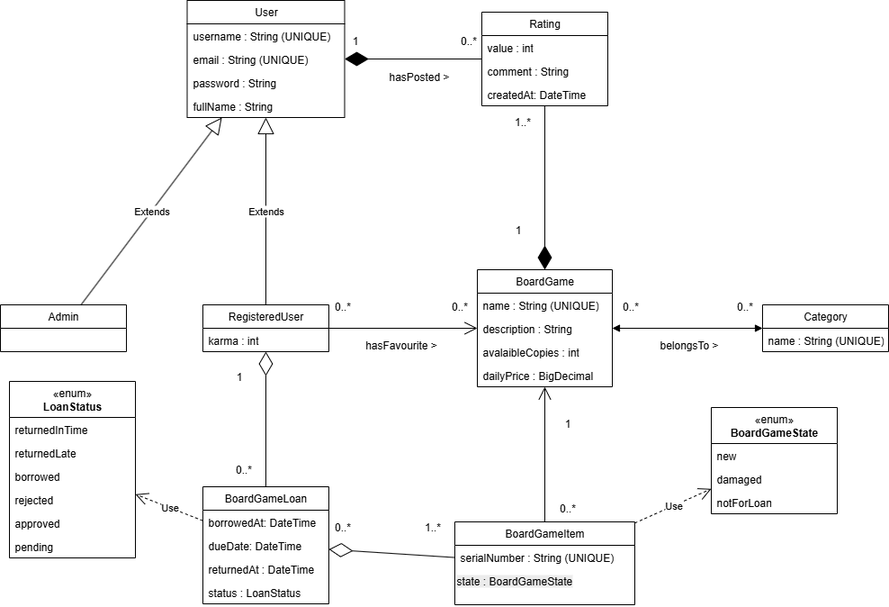
Above: classDiagram.png in alfacentaur1/api-board-game-rental (draw.io), before the change. Source tidied: cells renumbered, new cells last; positions are measured from the earlier drawing's top-left corner, leaving out a move shared by most shapes.
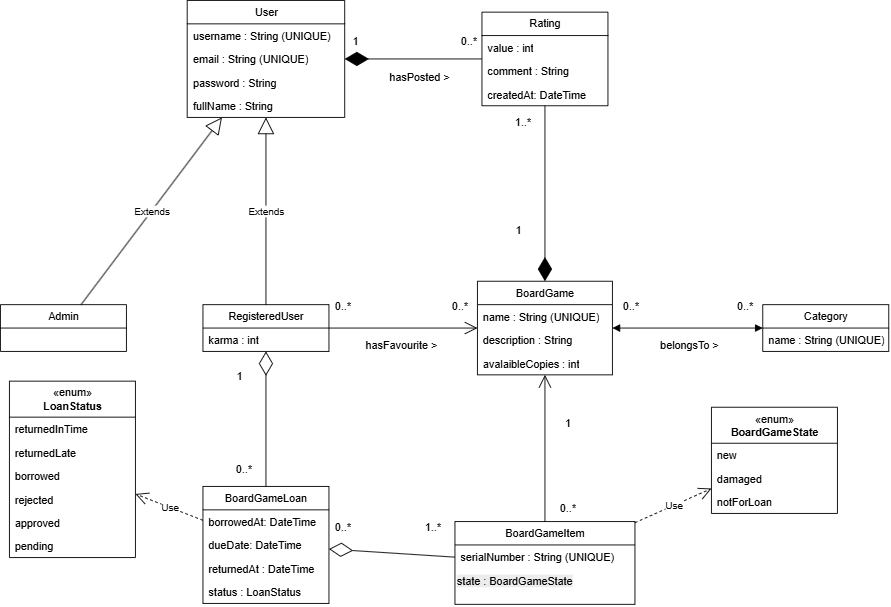
Later version of the same file.

The edit, as a diff of the source:
```diff
@@ -90,7 +90,7 @@
       <mxGeometry y="104" width="175" height="26" as="geometry" />
     </mxCell>
     <mxCell id="31" value="BoardGame" style="swimlane;fontStyle=0;horizontal=1;startSize=26;fillColor=none;whiteSpace=wrap;html=1;" parent="1" vertex="1">
-      <mxGeometry x="530" y="299" width="150" height="130" as="geometry" />
+      <mxGeometry x="530" y="312" width="150" height="104" as="geometry" />
     </mxCell>
     <mxCell id="32" value="name : String (UNIQUE)" style="text;strokeColor=none;fillColor=none;align=left;verticalAlign=top;spacingLeft=4;spacingRight=4;overflow=hidden;whiteSpace=wrap;html=1;" parent="31" vertex="1">
       <mxGeometry y="26" width="150" height="26" as="geometry" />
@@ -101,9 +101,6 @@
     <mxCell id="34" value="avalaibleCopies : int" style="text;strokeColor=none;fillColor=none;align=left;verticalAlign=top;spacingLeft=4;spacingRight=4;overflow=hidden;whiteSpace=wrap;html=1;" parent="31" vertex="1">
       <mxGeometry y="78" width="150" height="26" as="geometry" />
     </mxCell>
-    <mxCell id="35" value="dailyPrice : BigDecimal" style="text;strokeColor=none;fillColor=none;align=left;verticalAlign=top;spacingLeft=4;spacingRight=4;overflow=hidden;whiteSpace=wrap;html=1;" parent="31" vertex="1">
-      <mxGeometry y="104" width="150" height="26" as="geometry" />
-    </mxCell>
     <mxCell id="36" value="Category" style="swimlane;fontStyle=0;horizontal=1;startSize=26;fillColor=none;whiteSpace=wrap;html=1;" parent="1" vertex="1">
       <mxGeometry x="847" y="338" width="140" height="52" as="geometry" />
     </mxCell>
```
